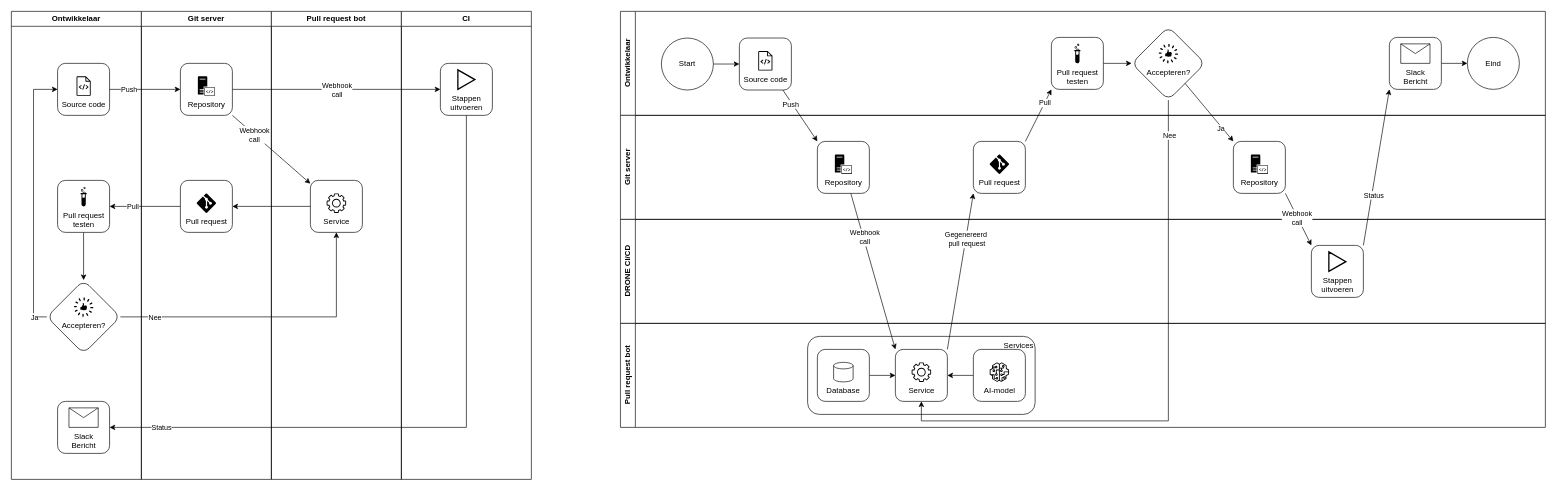
Above: page "Simpel-pull-request" (11 of 13) of cli app.drawio in luukvankooten/draw.io (draw.io), before the change. Source tidied: cells renumbered, new cells numbered last; positions are measured from the earlier drawing's top-left corner, leaving out a move shared by most shapes. Both pictures are drawn from the tidied source at 65%, with x=0, y=0 at pixel (11, 11).
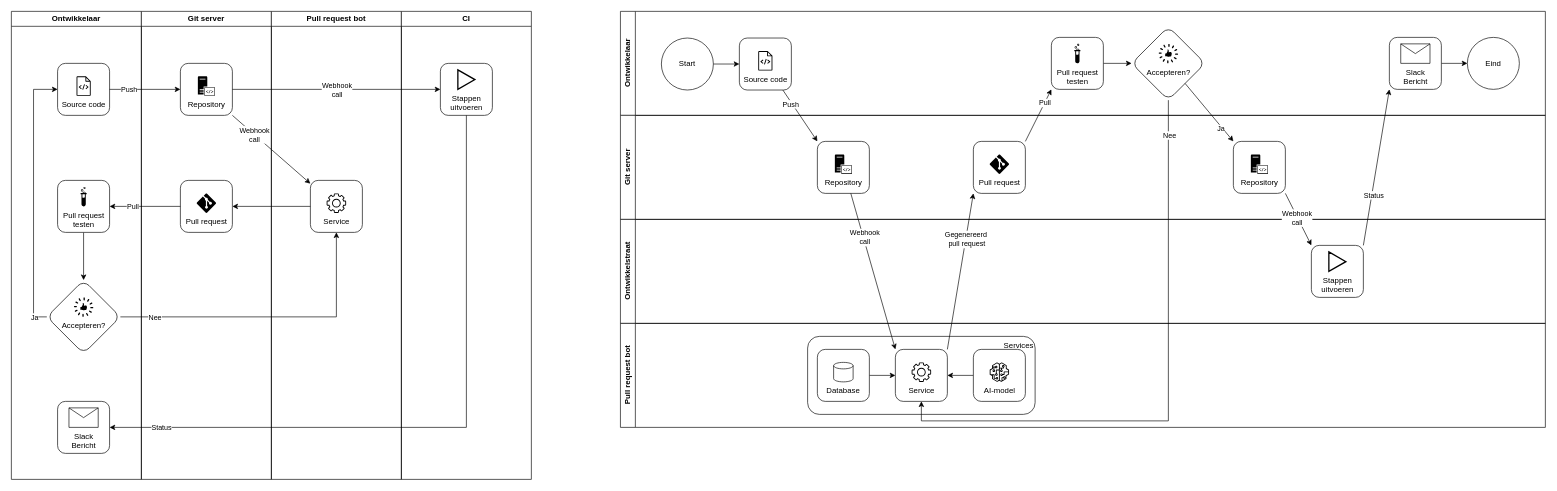
The same diagram, later.

Change to the diagram source:
```diff
@@
-    <mxCell id="59" value="DRONE CI/CD" style="swimlane;horizontal=0;whiteSpace=wrap;html=1;startSize=23;" parent="1" vertex="1">
+    <mxCell id="59" value="&lt;div&gt;Ontwikkelstraat&lt;/div&gt;" style="swimlane;horizontal=0;whiteSpace=wrap;html=1;startSize=23;" parent="1" vertex="1">
       <mxGeometry x="937" y="320" width="1423" height="160" as="geometry" />
     </mxCell>
```
